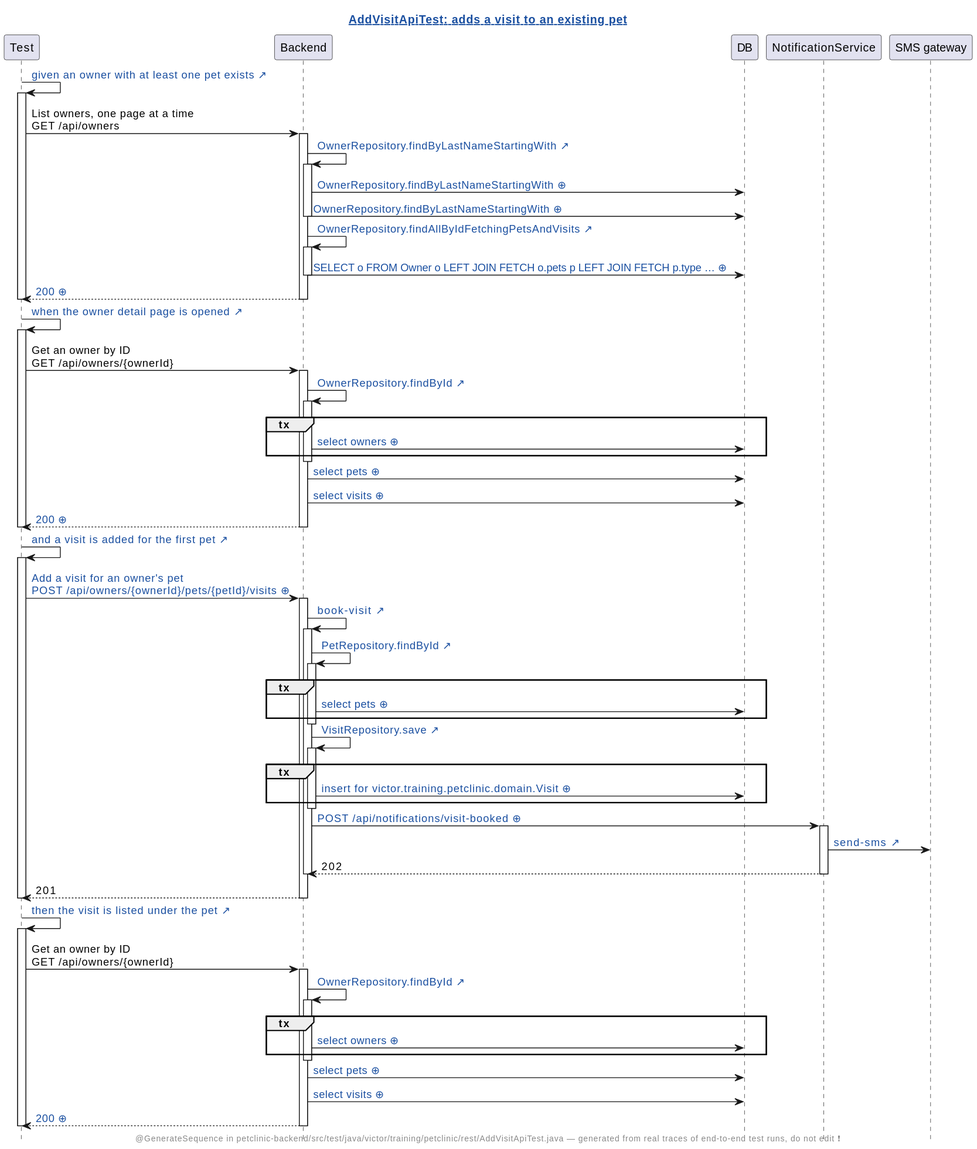
This is demo/demo2/assets/diagrams/petclinic-test_generated_AddVisitApiTest.java.adds-a-visit-to-an-existing-pet.genseq.new.svg from EvanLee70/human-review, a PlantUML export, as it was before one commit.
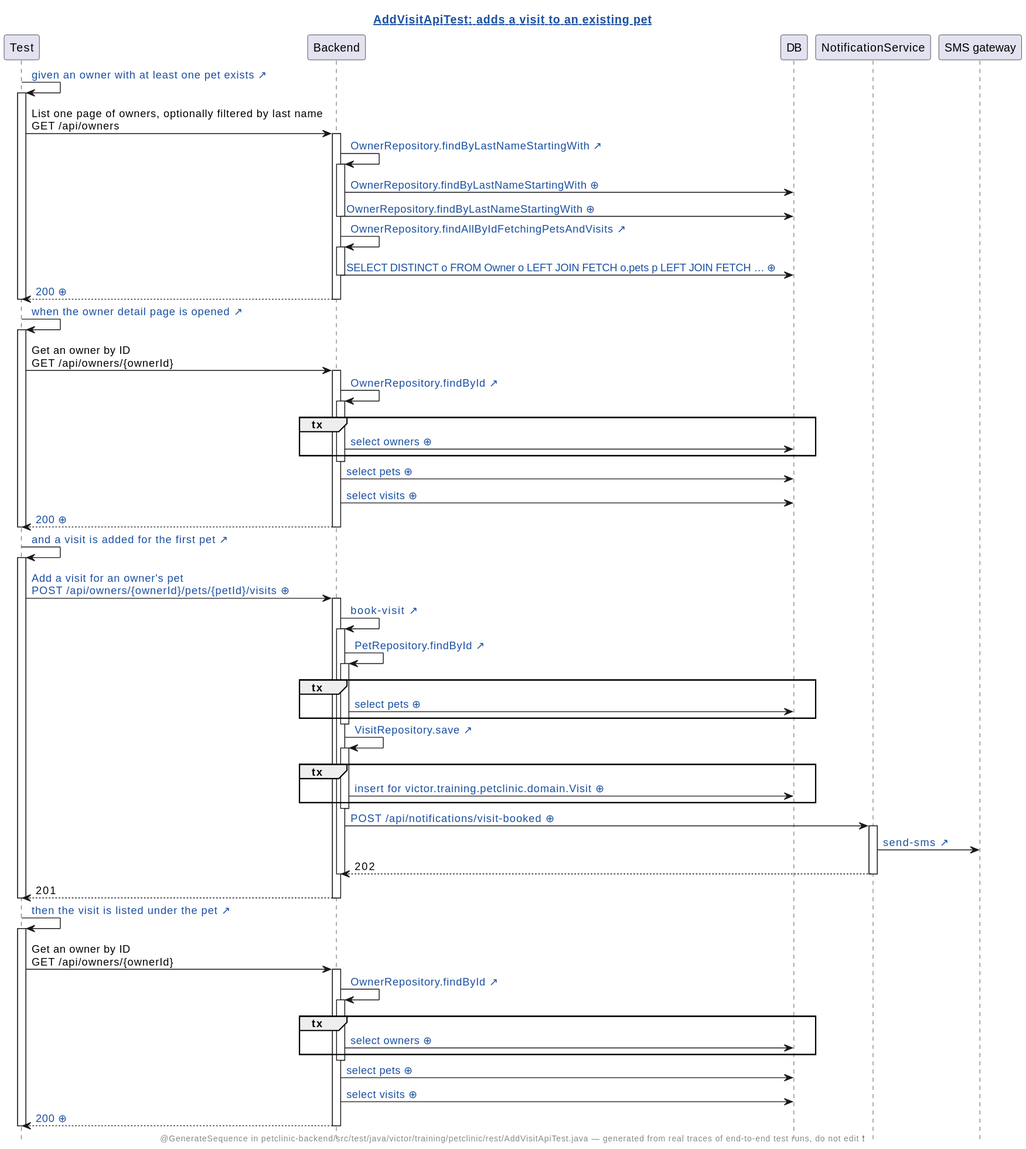
The same file after the commit.

Diff of the diagram source:
```diff
@@ -2,34 +2,34 @@
 hide footbox
 skinparam hyperlinkUnderline false
 skinparam hyperlinkColor #1A4FA0
-title [[src://petclinic-backend/src/test/java/victor/training/petclinic/rest/AddVisitApiTest.java:76{Click to open the test} AddVisitApiTest: adds a visit to an existing pet]]
+title [[src://petclinic-backend/src/test/java/victor/training/petclinic/rest/AddVisitApiTest.java:75{Click to open the test} AddVisitApiTest: adds a visit to an existing pet]]
 footer @GenerateSequence in petclinic-backend/src/test/java/victor/training/petclinic/rest/AddVisitApiTest.java — generated from real traces of end-to-end test runs, do not edit ❗
 participant Test
 participant Backend
 participant DB
 participant NotificationService
 participant "SMS gateway"
-Test -> Test: [[src://petclinic-backend/src/test/java/victor/training/petclinic/rest/AddVisitApiTest.java:77{Click to open the line of the test that says this} given an owner with at least one pet exists ↗]]
+Test -> Test: [[src://petclinic-backend/src/test/java/victor/training/petclinic/rest/AddVisitApiTest.java:76{Click to open the line of the test that says this} given an owner with at least one pet exists ↗]]
 activate Test
-Test -> Backend: List owners, one page at a time\nGET /api/owners
+Test -> Backend: List one page of owners, optionally filtered by last name\nGET /api/owners
 activate Backend
 Backend -> Backend: [[src://petclinic-backend/src/main/java/victor/training/petclinic/repository/OwnerRepository.java:15{Click to open OwnerRepository.findByLastNameStartingWith} OwnerRepository.findByLastNameStartingWith ↗]]
 activate Backend
 Backend -> DB: [[genseq://06lhb5c{Click for the statement behind this call} OwnerRepository.findByLastNameStartingWith ⊕]]
 Backend -> DB: [[genseq://0rcs8yy{Click for the statement behind this call} OwnerRepository.findByLastNameStartingWith ⊕]]
 deactivate Backend
-Backend -> Backend: [[src://petclinic-backend/src/main/java/victor/training/petclinic/repository/OwnerRepository.java:25{Click to open OwnerRepository.findAllByIdFetchingPetsAndVisits} OwnerRepository.findAllByIdFetchingPetsAndVisits ↗]]
+Backend -> Backend: [[src://petclinic-backend/src/main/java/victor/training/petclinic/repository/OwnerRepository.java:24{Click to open OwnerRepository.findAllByIdFetchingPetsAndVisits} OwnerRepository.findAllByIdFetchingPetsAndVisits ↗]]
 activate Backend
-Backend -> DB: [[genseq://075m496{Click for the statement behind this call} SELECT o FROM Owner o LEFT JOIN FETCH o.pets p LEFT JOIN FETCH p.type … ⊕]]
+Backend -> DB: [[genseq://1cn3tpo{Click for the statement behind this call} SELECT DISTINCT o FROM Owner o LEFT JOIN FETCH o.pets p LEFT JOIN FETCH … ⊕]]
 deactivate Backend
 Backend --> Test: [[genseq://1ex9dlo{Click for this call’s JSON body} 200 ⊕]]
 deactivate Backend
 deactivate Test
-Test -> Test: [[src://petclinic-backend/src/test/java/victor/training/petclinic/rest/AddVisitApiTest.java:82{Click to open the line of the test that says this} when the owner detail page is opened ↗]]
+Test -> Test: [[src://petclinic-backend/src/test/java/victor/training/petclinic/rest/AddVisitApiTest.java:81{Click to open the line of the test that says this} when the owner detail page is opened ↗]]
 activate Test
 Test -> Backend: Get an owner by ID\nGET /api/owners/{ownerId}
 activate Backend
-Backend -> Backend: [[src://petclinic-backend/src/main/java/victor/training/petclinic/repository/OwnerRepository.java:27{Click to open OwnerRepository.findById} OwnerRepository.findById ↗]]
+Backend -> Backend: [[src://petclinic-backend/src/main/java/victor/training/petclinic/repository/OwnerRepository.java:26{Click to open OwnerRepository.findById} OwnerRepository.findById ↗]]
 activate Backend
 group tx
 Backend -> DB: [[genseq://083xusu{Click for the statement behind this call} select owners ⊕]]
@@ -40,11 +40,11 @@
 Backend --> Test: [[genseq://1cg6dk5{Click for this call’s JSON body} 200 ⊕]]
 deactivate Backend
 deactivate Test
-Test -> Test: [[src://petclinic-backend/src/test/java/victor/training/petclinic/rest/AddVisitApiTest.java:85{Click to open the line of the test that says this} and a visit is added for the first pet ↗]]
+Test -> Test: [[src://petclinic-backend/src/test/java/victor/training/petclinic/rest/AddVisitApiTest.java:84{Click to open the line of the test that says this} and a visit is added for the first pet ↗]]
 activate Test
-Test -> Backend: [[genseq://02zbtlv{Click for this call’s JSON body} Add a visit for an owner's pet\nPOST /api/owners/{ownerId}/pets/{petId}/visits ⊕]]
+Test -> Backend: [[genseq://08wcj1g{Click for this call’s JSON body} Add a visit for an owner's pet\nPOST /api/owners/{ownerId}/pets/{petId}/visits ⊕]]
 activate Backend
-Backend -> Backend: [[src://petclinic-backend/src/main/java/victor/training/petclinic/rest/OwnerRestController.java:231{Click to open OwnerRestController.bookVisit} book-visit ↗]]
+Backend -> Backend: [[src://petclinic-backend/src/main/java/victor/training/petclinic/rest/OwnerRestController.java:229{Click to open OwnerRestController.bookVisit} book-visit ↗]]
 activate Backend
 Backend -> Backend: [[src://petclinic-backend/src/main/java/victor/training/petclinic/repository/PetRepository.java:16{Click to open PetRepository.findById} PetRepository.findById ↗]]
 activate Backend
@@ -55,7 +55,7 @@
 Backend -> Backend: [[src://petclinic-backend/src/main/java/victor/training/petclinic/repository/VisitRepository.java:14{Click to open VisitRepository.save} VisitRepository.save ↗]]
 activate Backend
 group tx
-Backend -> DB: [[genseq://17en09j{Click for the statement behind this call} insert for victor.training.petclinic.domain.Visit ⊕]]
+Backend -> DB: [[genseq://0uhq8yk{Click for the statement behind this call} insert for victor.training.petclinic.domain.Visit ⊕]]
 end
 deactivate Backend
 Backend -> NotificationService: [[genseq://0a5r3wo{Click for this call’s JSON body} POST /api/notifications/visit-booked ⊕]]
@@ -67,11 +67,11 @@
 Backend --> Test: 201
 deactivate Backend
 deactivate Test
-Test -> Test: [[src://petclinic-backend/src/test/java/victor/training/petclinic/rest/AddVisitApiTest.java:92{Click to open the line of the test that says this} then the visit is listed under the pet ↗]]
+Test -> Test: [[src://petclinic-backend/src/test/java/victor/training/petclinic/rest/AddVisitApiTest.java:91{Click to open the line of the test that says this} then the visit is listed under the pet ↗]]
 activate Test
 Test -> Backend: Get an owner by ID\nGET /api/owners/{ownerId}
 activate Backend
-Backend -> Backend: [[src://petclinic-backend/src/main/java/victor/training/petclinic/repository/OwnerRepository.java:27{Click to open OwnerRepository.findById} OwnerRepository.findById ↗]]
+Backend -> Backend: [[src://petclinic-backend/src/main/java/victor/training/petclinic/repository/OwnerRepository.java:26{Click to open OwnerRepository.findById} OwnerRepository.findById ↗]]
 activate Backend
 group tx
 Backend -> DB: [[genseq://083xusu{Click for the statement behind this call} select owners ⊕]]
@@ -79,7 +79,7 @@
 deactivate Backend
 Backend -> DB: [[genseq://0j0trn8{Click for the statement behind this call} select pets ⊕]]
 Backend -> DB: [[genseq://16xt6fr{Click for the statement behind this call} select visits ⊕]]
-Backend --> Test: [[genseq://1sc355p{Click for this call’s JSON body} 200 ⊕]]
+Backend --> Test: [[genseq://1cvmnt8{Click for this call’s JSON body} 200 ⊕]]
 deactivate Backend
 deactivate Test
 @enduml
```
